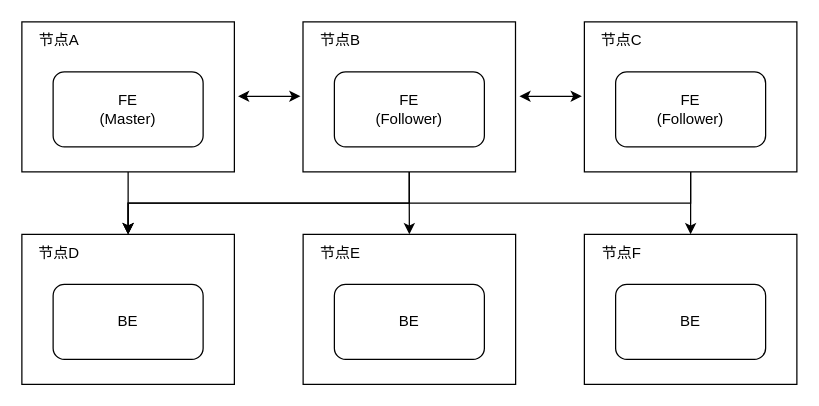
The draw.io diagram Doris部署方案-方案一.drawio in shaozc3g/draw_io, before the edit. Source tidied: cells renumbered, new cells numbered last; positions are measured from the earlier drawing's top-left corner, leaving out a move shared by most shapes. Both pictures are drawn from the tidied source at 125%, with x=0, y=0 at pixel (21, 21).
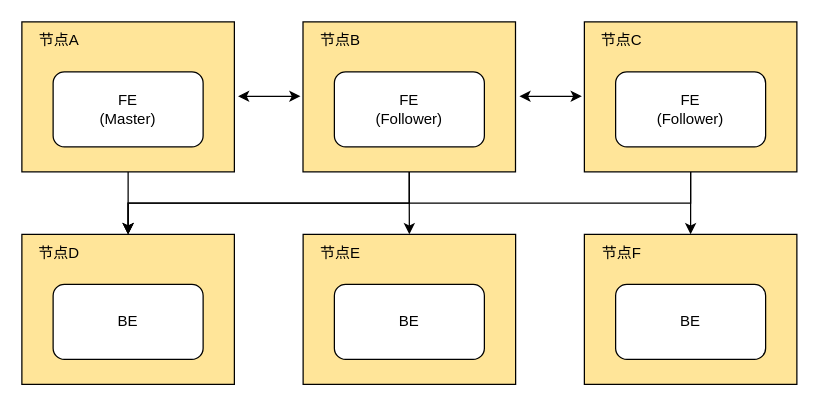
The same page after the edit.

Commit message (it also covers changes not shown here):
更新Doris部署方案-方案一.drawio

What changed in the source:
```diff
@@
-    <mxCell id="3" style="rounded=0;whiteSpace=wrap;html=1;" parent="1" vertex="1">
+    <mxCell id="3" style="rounded=0;whiteSpace=wrap;html=1;fillColor=#FFE599;" parent="1" vertex="1">
       <mxGeometry width="170" height="120" as="geometry" />
     </mxCell>
@@
-    <mxCell id="6" style="rounded=0;whiteSpace=wrap;html=1;" parent="1" vertex="1">
+    <mxCell id="6" style="rounded=0;whiteSpace=wrap;html=1;fillColor=#FFE599;" parent="1" vertex="1">
       <mxGeometry x="224.9" width="170" height="120" as="geometry" />
     </mxCell>
@@
-    <mxCell id="9" style="rounded=0;whiteSpace=wrap;html=1;" parent="1" vertex="1">
+    <mxCell id="9" style="rounded=0;whiteSpace=wrap;html=1;fillColor=#FFE599;" parent="1" vertex="1">
       <mxGeometry x="450" width="170" height="120" as="geometry" />
     </mxCell>
-    <mxCell id="10" style="rounded=0;whiteSpace=wrap;html=1;" parent="1" vertex="1">
+    <mxCell id="10" style="rounded=0;whiteSpace=wrap;html=1;fillColor=#FFE599;" parent="1" vertex="1">
       <mxGeometry y="170" width="170" height="120" as="geometry" />
     </mxCell>
-    <mxCell id="11" style="rounded=0;whiteSpace=wrap;html=1;" parent="1" vertex="1">
+    <mxCell id="11" style="rounded=0;whiteSpace=wrap;html=1;fillColor=#FFE599;" parent="1" vertex="1">
       <mxGeometry x="225" y="170" width="170" height="120" as="geometry" />
     </mxCell>
-    <mxCell id="12" style="rounded=0;whiteSpace=wrap;html=1;" parent="1" vertex="1">
+    <mxCell id="12" style="rounded=0;whiteSpace=wrap;html=1;fillColor=#FFE599;" parent="1" vertex="1">
       <mxGeometry x="450" y="170" width="170" height="120" as="geometry" />
     </mxCell>
```
